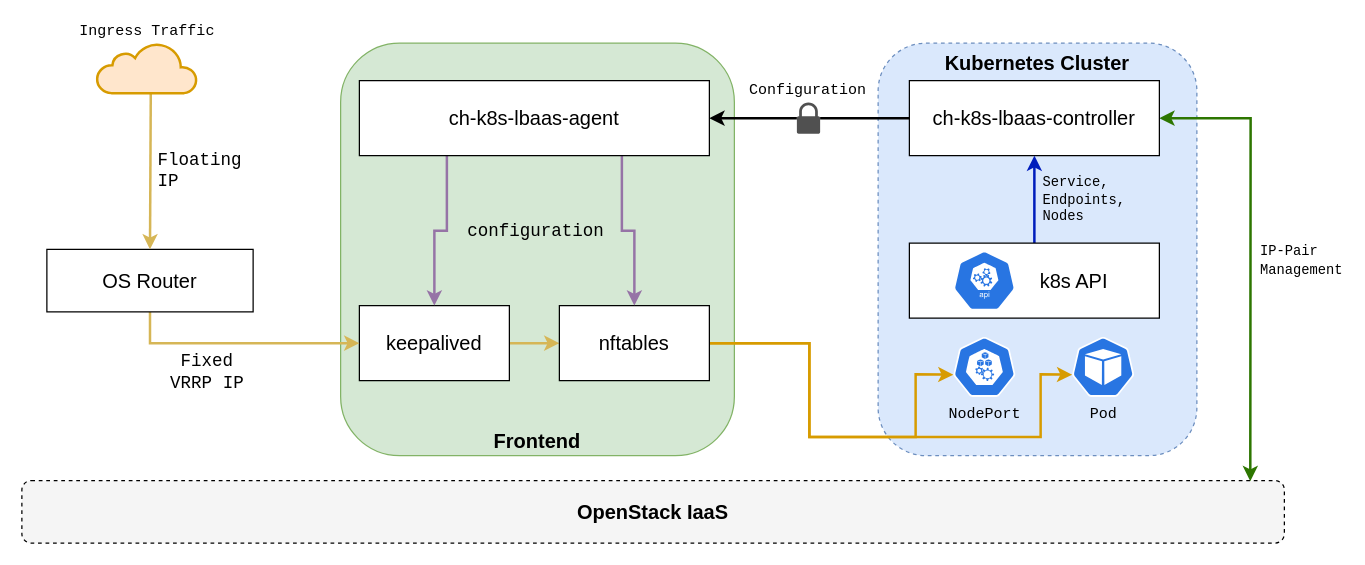
This is docs/img/ch-k8s-lbaas-overview.drawio from alasca-association/tarook, a draw.io file, before an edit. Source tidied: cells renumbered, new cells numbered last; positions are measured from the earlier drawing's top-left corner, leaving out a move shared by most shapes. Both pictures are drawn from the tidied source at 125%, with x=0, y=0 at pixel (21, 42).
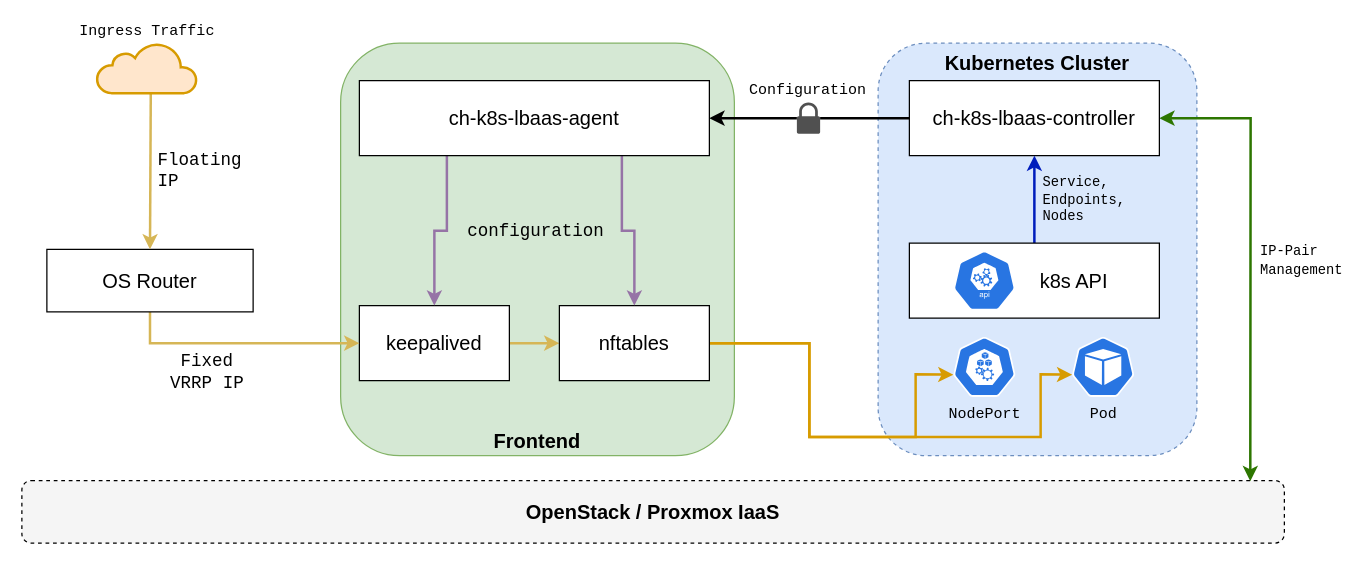
The same diagram, later.

Change to the diagram source:
```diff
@@
-    <mxCell id="2" value="&lt;font style=&quot;font-size: 16px&quot;&gt;OpenStack IaaS&lt;/font&gt;" style="rounded=1;whiteSpace=wrap;html=1;dashed=1;fillColor=#F5F5F5;gradientColor=none;labelPosition=center;verticalLabelPosition=middle;align=center;verticalAlign=middle;fontStyle=1;" parent="1" vertex="1">
+    <mxCell id="2" value="&lt;font style=&quot;font-size: 16px&quot;&gt;OpenStack / Proxmox IaaS&lt;/font&gt;" style="rounded=1;whiteSpace=wrap;html=1;dashed=1;fillColor=#F5F5F5;gradientColor=none;labelPosition=center;verticalLabelPosition=middle;align=center;verticalAlign=middle;fontStyle=1;" parent="1" vertex="1">
       <mxGeometry y="350" width="1010" height="50" as="geometry" />
     </mxCell>
```
